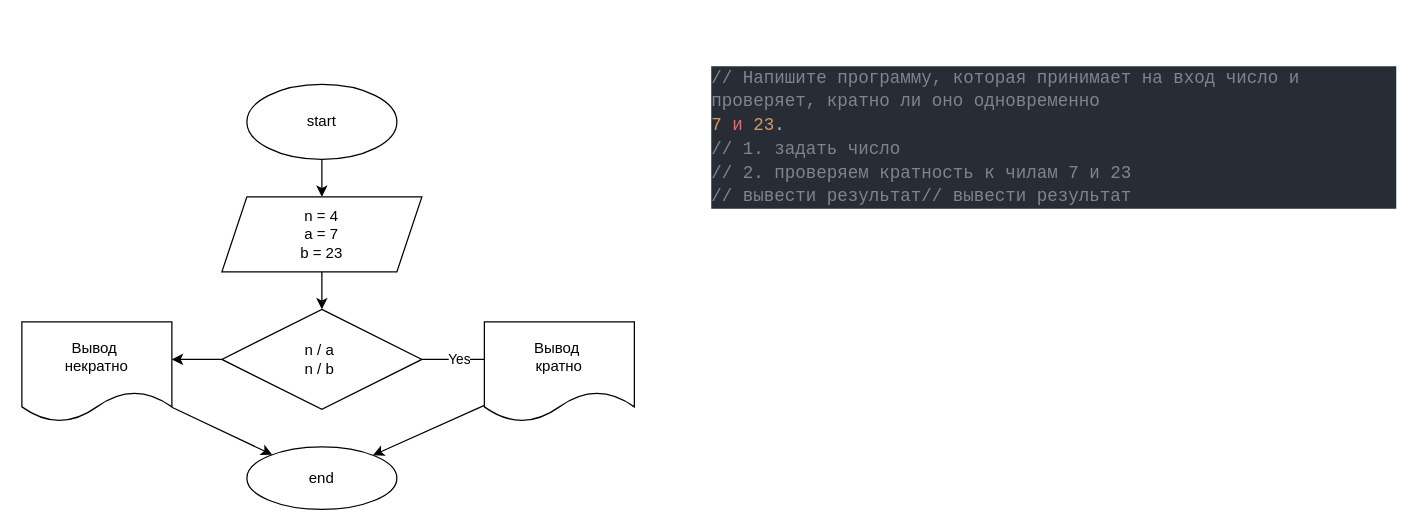
Before: Example13/13.drawio in AlsuShaM/Exampes, a draw.io diagram. Source tidied: cells renumbered, new cells numbered last; positions are measured from the earlier drawing's top-left corner, leaving out a move shared by most shapes. Both pictures are drawn from the tidied source at 125%, with x=0, y=0 at pixel (21, 21).
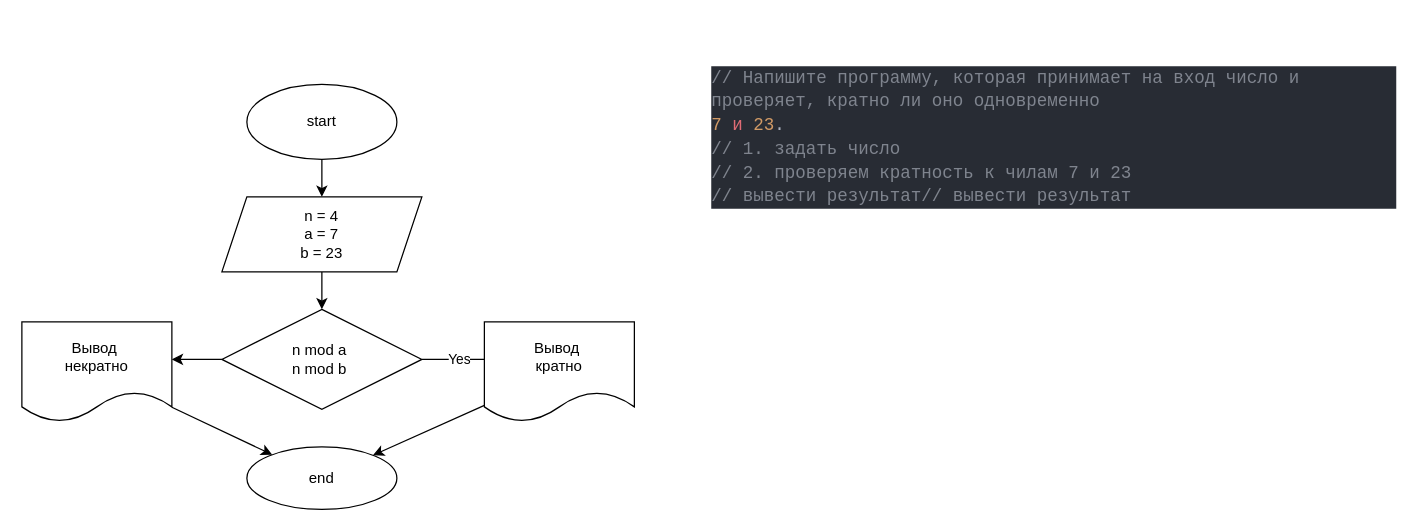
Above is the later version.

Change to the diagram source:
```diff
@@
 <mxGraphModel>
   <root>
     <mxCell id="0" />
     <mxCell id="1" parent="0" />
     <mxCell id="2" value="&lt;br&gt;&lt;br&gt;&lt;div style=&quot;color: rgb(171 , 178 , 191) ; background-color: rgb(40 , 44 , 52) ; font-family: &amp;#34;consolas&amp;#34; , &amp;#34;courier new&amp;#34; , monospace ; font-weight: normal ; font-size: 14px ; line-height: 19px&quot;&gt;&lt;div&gt;&lt;span style=&quot;color: #7f848e&quot;&gt;// Напишите программу, которая принимает на вход число и проверяет, кратно ли оно одновременно &lt;/span&gt;&lt;/div&gt;&lt;div&gt;&lt;span style=&quot;color: #d19a66&quot;&gt;7&lt;/span&gt;&lt;span style=&quot;color: #abb2bf&quot;&gt; &lt;/span&gt;&lt;span style=&quot;color: #e06c75&quot;&gt;и&lt;/span&gt;&lt;span style=&quot;color: #abb2bf&quot;&gt; &lt;/span&gt;&lt;span style=&quot;color: #d19a66&quot;&gt;23&lt;/span&gt;&lt;span style=&quot;color: #abb2bf&quot;&gt;.&lt;/span&gt;&lt;/div&gt;&lt;div&gt;&lt;span style=&quot;color: #7f848e&quot;&gt;// 1. задать число&lt;/span&gt;&lt;/div&gt;&lt;div&gt;&lt;span style=&quot;color: #7f848e&quot;&gt;// 2. проверяем кратность к чилам 7 и 23&lt;/span&gt;&lt;/div&gt;&lt;/div&gt;&lt;div style=&quot;color: rgb(171 , 178 , 191) ; background-color: rgb(40 , 44 , 52) ; font-family: &amp;#34;consolas&amp;#34; , &amp;#34;courier new&amp;#34; , monospace ; font-size: 14px ; line-height: 19px&quot;&gt;&lt;span style=&quot;color: #7f848e&quot;&gt;// вывести результат&lt;/span&gt;&lt;span style=&quot;color: rgb(127 , 132 , 142)&quot;&gt;// вывести результат&lt;/span&gt;&lt;/div&gt;" style="text;whiteSpace=wrap;html=1;" parent="1" vertex="1">
       <mxGeometry x="550" width="550" height="110" as="geometry" />
     </mxCell>
     <mxCell id="3" style="edgeStyle=none;html=1;" parent="1" edge="1" source="4" target="6">
       <mxGeometry relative="1" as="geometry" />
     </mxCell>
     <mxCell id="4" value="start" style="ellipse;whiteSpace=wrap;html=1;" parent="1" vertex="1">
       <mxGeometry x="180" y="50" width="120" height="60" as="geometry" />
     </mxCell>
     <mxCell id="5" style="edgeStyle=none;html=1;" parent="1" edge="1" source="6" target="9">
       <mxGeometry relative="1" as="geometry" />
     </mxCell>
     <mxCell id="6" value="n = 4&lt;br&gt;a = 7&lt;br&gt;b = 23" style="shape=parallelogram;perimeter=parallelogramPerimeter;whiteSpace=wrap;html=1;fixedSize=1;" parent="1" vertex="1">
       <mxGeometry x="160" y="140" width="160" height="60" as="geometry" />
     </mxCell>
     <mxCell id="7" value="Yes" style="edgeStyle=none;html=1;" parent="1" edge="1" source="9">
       <mxGeometry relative="1" as="geometry">
         <mxPoint x="380" y="270" as="targetPoint" />
       </mxGeometry>
     </mxCell>
     <mxCell id="8" style="edgeStyle=none;html=1;" parent="1" edge="1" source="9">
       <mxGeometry relative="1" as="geometry">
         <mxPoint x="120" y="270" as="targetPoint" />
       </mxGeometry>
     </mxCell>
-    <mxCell id="9" value="n / a&amp;nbsp;&lt;br&gt;n / b&amp;nbsp;" style="rhombus;whiteSpace=wrap;html=1;" parent="1" vertex="1">
+    <mxCell id="9" value="n mod a&amp;nbsp;&lt;br&gt;n mod b&amp;nbsp;" style="rhombus;whiteSpace=wrap;html=1;" parent="1" vertex="1">
       <mxGeometry x="160" y="230" width="160" height="80" as="geometry" />
     </mxCell>
     <mxCell id="10" style="edgeStyle=none;html=1;" parent="1" edge="1" source="11" target="14">
       <mxGeometry relative="1" as="geometry" />
     </mxCell>
     <mxCell id="11" value="Вывод&amp;nbsp;&lt;br&gt;кратно" style="shape=document;whiteSpace=wrap;html=1;boundedLbl=1;" parent="1" vertex="1">
       <mxGeometry x="370" y="240" width="120" height="80" as="geometry" />
     </mxCell>
     <mxCell id="12" style="edgeStyle=none;html=1;" parent="1" edge="1" source="13" target="14">
       <mxGeometry relative="1" as="geometry" />
     </mxCell>
     <mxCell id="13" value="Вывод&amp;nbsp;&lt;br&gt;некратно" style="shape=document;whiteSpace=wrap;html=1;boundedLbl=1;" parent="1" vertex="1">
       <mxGeometry y="240" width="120" height="80" as="geometry" />
     </mxCell>
     <mxCell id="14" value="end" style="ellipse;whiteSpace=wrap;html=1;" parent="1" vertex="1">
       <mxGeometry x="180" y="340" width="120" height="50" as="geometry" />
     </mxCell>
   </root>
 </mxGraphModel>
```
